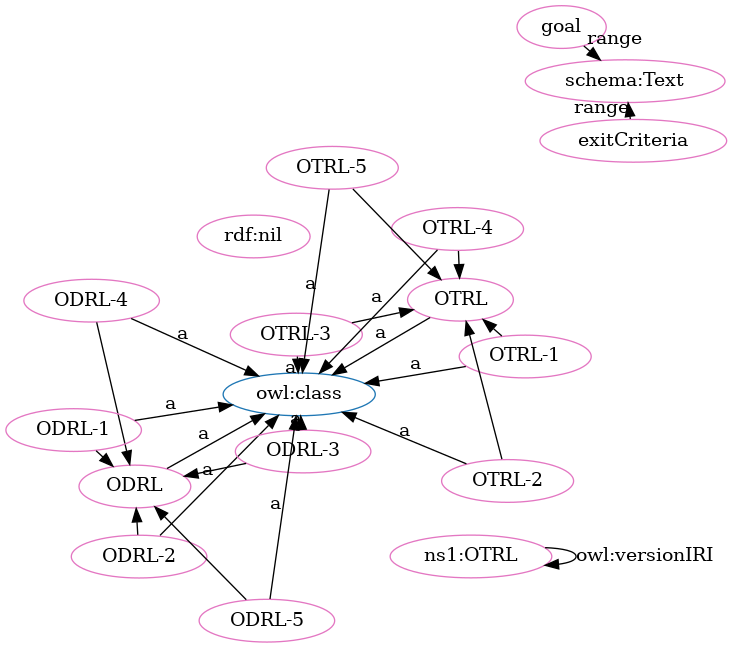
The Graphviz diagram OTRL-clean.png in OPEN-NEXT/OKH-LOSH, before a commit. Its source is kept beside it as OTRL-clean.dot. Source of this version:
```dot
digraph G {
  rankdir=BT
  node[height=.3]
"http://www.w3.org/2002/07/owl#class" [fillcolor="#1f77b4" color="#1f77b4" label="owl:class"]
"http://purl.org/oseg/ontologies/OTRL#OTRL" [fillcolor="#1f77b4" color="#1f77b4" label="OTRL"]
"http://purl.org/oseg/ontologies/OTRL#ODRL" [fillcolor="#1f77b4" color="#1f77b4" label="ODRL"]
"http://purl.org/oseg/ontologies/OTRL#ODRL-4" [fillcolor="#e377c2" color="#e377c2" label="ODRL-4"]
"http://purl.org/oseg/ontologies/OTRL#OTRL-3" [fillcolor="#e377c2" color="#e377c2" label="OTRL-3"]
"http://www.w3.org/1999/02/22-rdf-syntax-ns#nil" [fillcolor="#e377c2" color="#e377c2" label="rdf:nil"]
"http://purl.org/oseg/ontologies/OTRL" [fillcolor="#e377c2" color="#e377c2" label="ns1:OTRL"]
"http://purl.org/oseg/ontologies/OTRL#OTRL-4" [fillcolor="#e377c2" color="#e377c2" label="OTRL-4"]
"http://purl.org/oseg/ontologies/OTRL#OTRL" [fillcolor="#e377c2" color="#e377c2" label="OTRL"]
"http://purl.org/oseg/ontologies/OTRL#ODRL" [fillcolor="#e377c2" color="#e377c2" label="ODRL"]
"http://purl.org/oseg/ontologies/OTRL#ODRL-2" [fillcolor="#e377c2" color="#e377c2" label="ODRL-2"]
"http://purl.org/oseg/ontologies/OTRL#OTRL-1" [fillcolor="#e377c2" color="#e377c2" label="OTRL-1"]
"http://purl.org/oseg/ontologies/OTRL#goal" [fillcolor="#e377c2" color="#e377c2" label="goal"]
"http://schema.org/Text" [fillcolor="#e377c2" color="#e377c2" label="schema:Text"]
"http://purl.org/oseg/ontologies/OTRL#exitCriteria" [fillcolor="#e377c2" color="#e377c2" label="exitCriteria"]
"http://purl.org/oseg/ontologies/OTRL#ODRL-1" [fillcolor="#e377c2" color="#e377c2" label="ODRL-1"]
"http://purl.org/oseg/ontologies/OTRL#ODRL-3" [fillcolor="#e377c2" color="#e377c2" label="ODRL-3"]
"http://purl.org/oseg/ontologies/OTRL#OTRL-2" [fillcolor="#e377c2" color="#e377c2" label="OTRL-2"]
"http://purl.org/oseg/ontologies/OTRL#OTRL-5" [fillcolor="#e377c2" color="#e377c2" label="OTRL-5"]
"http://purl.org/oseg/ontologies/OTRL#ODRL-5" [fillcolor="#e377c2" color="#e377c2" label="ODRL-5"]
  "http://purl.org/oseg/ontologies/OTRL#ODRL-4" -> "http://www.w3.org/2002/07/owl#class" [label="a"]
  "http://purl.org/oseg/ontologies/OTRL#OTRL-3" -> "http://www.w3.org/2002/07/owl#class" [label="a"]
  "http://purl.org/oseg/ontologies/OTRL#OTRL" -> "http://www.w3.org/2002/07/owl#class" [label="a"]
  "http://purl.org/oseg/ontologies/OTRL#ODRL-2" -> "http://www.w3.org/2002/07/owl#class" [label="a"]
  "http://purl.org/oseg/ontologies/OTRL#ODRL-1" -> "http://purl.org/oseg/ontologies/OTRL#ODRL" [label=""]
  "http://purl.org/oseg/ontologies/OTRL#OTRL-1" -> "http://www.w3.org/2002/07/owl#class" [label="a"]
  "http://purl.org/oseg/ontologies/OTRL#ODRL-3" -> "http://purl.org/oseg/ontologies/OTRL#ODRL" [label=""]
  "http://purl.org/oseg/ontologies/OTRL#OTRL-3" -> "http://purl.org/oseg/ontologies/OTRL#OTRL" [label=""]
  "http://purl.org/oseg/ontologies/OTRL#exitCriteria" -> "http://schema.org/Text" [label="range"]
  "http://purl.org/oseg/ontologies/OTRL#OTRL-2" -> "http://purl.org/oseg/ontologies/OTRL#OTRL" [label=""]
  "http://purl.org/oseg/ontologies/OTRL#ODRL-1" -> "http://www.w3.org/2002/07/owl#class" [label="a"]
  "http://purl.org/oseg/ontologies/OTRL#ODRL-3" -> "http://www.w3.org/2002/07/owl#class" [label="a"]
  "http://purl.org/oseg/ontologies/OTRL#OTRL-2" -> "http://www.w3.org/2002/07/owl#class" [label="a"]
  "http://purl.org/oseg/ontologies/OTRL#OTRL-1" -> "http://purl.org/oseg/ontologies/OTRL#OTRL" [label=""]
  "http://purl.org/oseg/ontologies/OTRL#ODRL" -> "http://www.w3.org/2002/07/owl#class" [label="a"]
  "http://purl.org/oseg/ontologies/OTRL#ODRL-5" -> "http://www.w3.org/2002/07/owl#class" [label="a"]
  "http://purl.org/oseg/ontologies/OTRL#ODRL-5" -> "http://purl.org/oseg/ontologies/OTRL#ODRL" [label=""]
  "http://purl.org/oseg/ontologies/OTRL" -> "http://purl.org/oseg/ontologies/OTRL" [label="owl:versionIRI"]
  "http://purl.org/oseg/ontologies/OTRL#OTRL-4" -> "http://www.w3.org/2002/07/owl#class" [label="a"]
  "http://purl.org/oseg/ontologies/OTRL#OTRL-4" -> "http://purl.org/oseg/ontologies/OTRL#OTRL" [label=""]
  "http://purl.org/oseg/ontologies/OTRL#goal" -> "http://schema.org/Text" [label="range"]
  "http://purl.org/oseg/ontologies/OTRL#ODRL-4" -> "http://purl.org/oseg/ontologies/OTRL#ODRL" [label=""]
  "http://purl.org/oseg/ontologies/OTRL#ODRL-2" -> "http://purl.org/oseg/ontologies/OTRL#ODRL" [label=""]
  "http://purl.org/oseg/ontologies/OTRL#OTRL-5" -> "http://www.w3.org/2002/07/owl#class" [label="a"]
  "http://purl.org/oseg/ontologies/OTRL#OTRL-5" -> "http://purl.org/oseg/ontologies/OTRL#OTRL" [label=""]
}
```
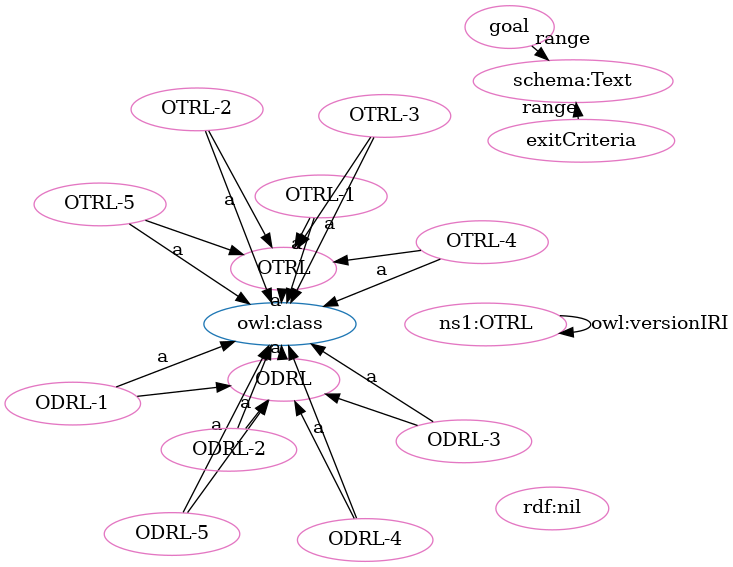
After the change.

Diff of the diagram source:
```diff
@@ -1,49 +1,49 @@
 digraph G {
   rankdir=BT
   node[height=.3]
-"http://www.w3.org/2002/07/owl#class" [fillcolor="#1f77b4" color="#1f77b4" label="owl:class"]
 "http://purl.org/oseg/ontologies/OTRL#OTRL" [fillcolor="#1f77b4" color="#1f77b4" label="OTRL"]
 "http://purl.org/oseg/ontologies/OTRL#ODRL" [fillcolor="#1f77b4" color="#1f77b4" label="ODRL"]
+"http://www.w3.org/2002/07/owl#class" [fillcolor="#1f77b4" color="#1f77b4" label="owl:class"]
+"http://purl.org/oseg/ontologies/OTRL#OTRL" [fillcolor="#e377c2" color="#e377c2" label="OTRL"]
+"http://purl.org/oseg/ontologies/OTRL#OTRL-5" [fillcolor="#e377c2" color="#e377c2" label="OTRL-5"]
+"http://purl.org/oseg/ontologies/OTRL#goal" [fillcolor="#e377c2" color="#e377c2" label="goal"]
+"http://purl.org/oseg/ontologies/OTRL#ODRL" [fillcolor="#e377c2" color="#e377c2" label="ODRL"]
+"http://www.w3.org/1999/02/22-rdf-syntax-ns#nil" [fillcolor="#e377c2" color="#e377c2" label="rdf:nil"]
+"http://purl.org/oseg/ontologies/OTRL#OTRL-1" [fillcolor="#e377c2" color="#e377c2" label="OTRL-1"]
+"http://purl.org/oseg/ontologies/OTRL#OTRL-2" [fillcolor="#e377c2" color="#e377c2" label="OTRL-2"]
+"http://purl.org/oseg/ontologies/OTRL#ODRL-5" [fillcolor="#e377c2" color="#e377c2" label="ODRL-5"]
+"http://schema.org/Text" [fillcolor="#e377c2" color="#e377c2" label="schema:Text"]
+"http://purl.org/oseg/ontologies/OTRL#OTRL-4" [fillcolor="#e377c2" color="#e377c2" label="OTRL-4"]
+"http://purl.org/oseg/ontologies/OTRL#ODRL-3" [fillcolor="#e377c2" color="#e377c2" label="ODRL-3"]
 "http://purl.org/oseg/ontologies/OTRL#ODRL-4" [fillcolor="#e377c2" color="#e377c2" label="ODRL-4"]
+"http://purl.org/oseg/ontologies/OTRL" [fillcolor="#e377c2" color="#e377c2" label="ns1:OTRL"]
+"http://purl.org/oseg/ontologies/OTRL#ODRL-2" [fillcolor="#e377c2" color="#e377c2" label="ODRL-2"]
+"http://purl.org/oseg/ontologies/OTRL#ODRL-1" [fillcolor="#e377c2" color="#e377c2" label="ODRL-1"]
+"http://purl.org/oseg/ontologies/OTRL#exitCriteria" [fillcolor="#e377c2" color="#e377c2" label="exitCriteria"]
 "http://purl.org/oseg/ontologies/OTRL#OTRL-3" [fillcolor="#e377c2" color="#e377c2" label="OTRL-3"]
-"http://www.w3.org/1999/02/22-rdf-syntax-ns#nil" [fillcolor="#e377c2" color="#e377c2" label="rdf:nil"]
-"http://purl.org/oseg/ontologies/OTRL" [fillcolor="#e377c2" color="#e377c2" label="ns1:OTRL"]
-"http://purl.org/oseg/ontologies/OTRL#OTRL-4" [fillcolor="#e377c2" color="#e377c2" label="OTRL-4"]
-"http://purl.org/oseg/ontologies/OTRL#OTRL" [fillcolor="#e377c2" color="#e377c2" label="OTRL"]
-"http://purl.org/oseg/ontologies/OTRL#ODRL" [fillcolor="#e377c2" color="#e377c2" label="ODRL"]
-"http://purl.org/oseg/ontologies/OTRL#ODRL-2" [fillcolor="#e377c2" color="#e377c2" label="ODRL-2"]
-"http://purl.org/oseg/ontologies/OTRL#OTRL-1" [fillcolor="#e377c2" color="#e377c2" label="OTRL-1"]
-"http://purl.org/oseg/ontologies/OTRL#goal" [fillcolor="#e377c2" color="#e377c2" label="goal"]
-"http://schema.org/Text" [fillcolor="#e377c2" color="#e377c2" label="schema:Text"]
-"http://purl.org/oseg/ontologies/OTRL#exitCriteria" [fillcolor="#e377c2" color="#e377c2" label="exitCriteria"]
-"http://purl.org/oseg/ontologies/OTRL#ODRL-1" [fillcolor="#e377c2" color="#e377c2" label="ODRL-1"]
-"http://purl.org/oseg/ontologies/OTRL#ODRL-3" [fillcolor="#e377c2" color="#e377c2" label="ODRL-3"]
-"http://purl.org/oseg/ontologies/OTRL#OTRL-2" [fillcolor="#e377c2" color="#e377c2" label="OTRL-2"]
-"http://purl.org/oseg/ontologies/OTRL#OTRL-5" [fillcolor="#e377c2" color="#e377c2" label="OTRL-5"]
-"http://purl.org/oseg/ontologies/OTRL#ODRL-5" [fillcolor="#e377c2" color="#e377c2" label="ODRL-5"]
-  "http://purl.org/oseg/ontologies/OTRL#ODRL-4" -> "http://www.w3.org/2002/07/owl#class" [label="a"]
-  "http://purl.org/oseg/ontologies/OTRL#OTRL-3" -> "http://www.w3.org/2002/07/owl#class" [label="a"]
-  "http://purl.org/oseg/ontologies/OTRL#OTRL" -> "http://www.w3.org/2002/07/owl#class" [label="a"]
+  "http://purl.org/oseg/ontologies/OTRL#OTRL-5" -> "http://www.w3.org/2002/07/owl#class" [label="a"]
+  "http://purl.org/oseg/ontologies/OTRL#OTRL-3" -> "http://purl.org/oseg/ontologies/OTRL#OTRL" [label=""]
+  "http://purl.org/oseg/ontologies/OTRL#OTRL-1" -> "http://www.w3.org/2002/07/owl#class" [label="a"]
+  "http://purl.org/oseg/ontologies/OTRL#OTRL-2" -> "http://www.w3.org/2002/07/owl#class" [label="a"]
+  "http://purl.org/oseg/ontologies/OTRL#goal" -> "http://schema.org/Text" [label="range"]
+  "http://purl.org/oseg/ontologies/OTRL#exitCriteria" -> "http://schema.org/Text" [label="range"]
   "http://purl.org/oseg/ontologies/OTRL#ODRL-2" -> "http://www.w3.org/2002/07/owl#class" [label="a"]
-  "http://purl.org/oseg/ontologies/OTRL#ODRL-1" -> "http://purl.org/oseg/ontologies/OTRL#ODRL" [label=""]
-  "http://purl.org/oseg/ontologies/OTRL#OTRL-1" -> "http://www.w3.org/2002/07/owl#class" [label="a"]
-  "http://purl.org/oseg/ontologies/OTRL#ODRL-3" -> "http://purl.org/oseg/ontologies/OTRL#ODRL" [label=""]
-  "http://purl.org/oseg/ontologies/OTRL#OTRL-3" -> "http://purl.org/oseg/ontologies/OTRL#OTRL" [label=""]
-  "http://purl.org/oseg/ontologies/OTRL#exitCriteria" -> "http://schema.org/Text" [label="range"]
-  "http://purl.org/oseg/ontologies/OTRL#OTRL-2" -> "http://purl.org/oseg/ontologies/OTRL#OTRL" [label=""]
   "http://purl.org/oseg/ontologies/OTRL#ODRL-1" -> "http://www.w3.org/2002/07/owl#class" [label="a"]
-  "http://purl.org/oseg/ontologies/OTRL#ODRL-3" -> "http://www.w3.org/2002/07/owl#class" [label="a"]
-  "http://purl.org/oseg/ontologies/OTRL#OTRL-2" -> "http://www.w3.org/2002/07/owl#class" [label="a"]
+  "http://purl.org/oseg/ontologies/OTRL#ODRL-2" -> "http://purl.org/oseg/ontologies/OTRL#ODRL" [label=""]
   "http://purl.org/oseg/ontologies/OTRL#OTRL-1" -> "http://purl.org/oseg/ontologies/OTRL#OTRL" [label=""]
   "http://purl.org/oseg/ontologies/OTRL#ODRL" -> "http://www.w3.org/2002/07/owl#class" [label="a"]
+  "http://purl.org/oseg/ontologies/OTRL#ODRL-3" -> "http://purl.org/oseg/ontologies/OTRL#ODRL" [label=""]
+  "http://purl.org/oseg/ontologies/OTRL#OTRL-4" -> "http://purl.org/oseg/ontologies/OTRL#OTRL" [label=""]
+  "http://purl.org/oseg/ontologies/OTRL#OTRL" -> "http://www.w3.org/2002/07/owl#class" [label="a"]
+  "http://purl.org/oseg/ontologies/OTRL#ODRL-1" -> "http://purl.org/oseg/ontologies/OTRL#ODRL" [label=""]
   "http://purl.org/oseg/ontologies/OTRL#ODRL-5" -> "http://www.w3.org/2002/07/owl#class" [label="a"]
+  "http://purl.org/oseg/ontologies/OTRL#OTRL-2" -> "http://purl.org/oseg/ontologies/OTRL#OTRL" [label=""]
   "http://purl.org/oseg/ontologies/OTRL#ODRL-5" -> "http://purl.org/oseg/ontologies/OTRL#ODRL" [label=""]
+  "http://purl.org/oseg/ontologies/OTRL#OTRL-5" -> "http://purl.org/oseg/ontologies/OTRL#OTRL" [label=""]
+  "http://purl.org/oseg/ontologies/OTRL#OTRL-4" -> "http://www.w3.org/2002/07/owl#class" [label="a"]
+  "http://purl.org/oseg/ontologies/OTRL#ODRL-3" -> "http://www.w3.org/2002/07/owl#class" [label="a"]
+  "http://purl.org/oseg/ontologies/OTRL#ODRL-4" -> "http://www.w3.org/2002/07/owl#class" [label="a"]
+  "http://purl.org/oseg/ontologies/OTRL#ODRL-4" -> "http://purl.org/oseg/ontologies/OTRL#ODRL" [label=""]
   "http://purl.org/oseg/ontologies/OTRL" -> "http://purl.org/oseg/ontologies/OTRL" [label="owl:versionIRI"]
-  "http://purl.org/oseg/ontologies/OTRL#OTRL-4" -> "http://www.w3.org/2002/07/owl#class" [label="a"]
-  "http://purl.org/oseg/ontologies/OTRL#OTRL-4" -> "http://purl.org/oseg/ontologies/OTRL#OTRL" [label=""]
-  "http://purl.org/oseg/ontologies/OTRL#goal" -> "http://schema.org/Text" [label="range"]
-  "http://purl.org/oseg/ontologies/OTRL#ODRL-4" -> "http://purl.org/oseg/ontologies/OTRL#ODRL" [label=""]
-  "http://purl.org/oseg/ontologies/OTRL#ODRL-2" -> "http://purl.org/oseg/ontologies/OTRL#ODRL" [label=""]
-  "http://purl.org/oseg/ontologies/OTRL#OTRL-5" -> "http://www.w3.org/2002/07/owl#class" [label="a"]
-  "http://purl.org/oseg/ontologies/OTRL#OTRL-5" -> "http://purl.org/oseg/ontologies/OTRL#OTRL" [label=""]
+  "http://purl.org/oseg/ontologies/OTRL#OTRL-3" -> "http://www.w3.org/2002/07/owl#class" [label="a"]
 }
```
